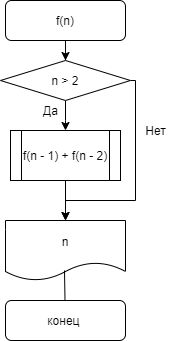
The draw.io diagram Untitled Diagram.drawio.png in xcmdx/zxc, before a commit. Source tidied: cells renumbered, new cells last; positions are measured from the earlier drawing's top-left corner, leaving out a move shared by most shapes.
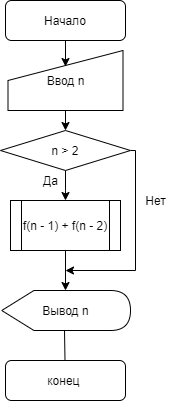
The same diagram one commit later.

What changed in the source:
```diff
@@ -2,20 +2,18 @@
   <root>
     <mxCell id="0" />
     <mxCell id="1" parent="0" />
-    <mxCell id="2" style="edgeStyle=orthogonalEdgeStyle;rounded=0;jettySize=auto;html=1;" parent="1" edge="1" source="3">
-      <mxGeometry relative="1" as="geometry">
-        <mxPoint x="65" y="60" as="targetPoint" />
-      </mxGeometry>
+    <mxCell id="2" style="edgeStyle=orthogonalEdgeStyle;rounded=0;jettySize=auto;html=1;entryX=0.5;entryY=0.267;entryDx=0;entryDy=0;entryPerimeter=0;" parent="1" edge="1" source="3" target="16">
+      <mxGeometry relative="1" as="geometry" />
     </mxCell>
-    <mxCell id="3" value="f(n)" style="rounded=1;whiteSpace=wrap;html=1;" parent="1" vertex="1">
-      <mxGeometry x="5" width="120" height="40" as="geometry" />
+    <mxCell id="3" value="Начало" style="rounded=1;whiteSpace=wrap;html=1;" parent="1" vertex="1">
+      <mxGeometry x="5" y="-70" width="120" height="40" as="geometry" />
     </mxCell>
     <mxCell id="4" style="edgeStyle=orthogonalEdgeStyle;rounded=0;orthogonalLoop=1;jettySize=auto;html=1;exitX=0.5;exitY=1;exitDx=0;exitDy=0;" parent="1" edge="1" source="3" target="3">
       <mxGeometry relative="1" as="geometry" />
     </mxCell>
     <mxCell id="5" style="edgeStyle=orthogonalEdgeStyle;rounded=0;jettySize=auto;html=1;exitX=1;exitY=0.5;exitDx=0;exitDy=0;" parent="1" edge="1" source="7">
       <mxGeometry relative="1" as="geometry">
-        <mxPoint x="65" y="220" as="targetPoint" />
+        <mxPoint x="65" y="200" as="targetPoint" />
         <Array as="points">
           <mxPoint x="135" y="80" />
           <mxPoint x="135" y="200" />
@@ -49,20 +47,26 @@
     <mxCell id="11" value="f(n - 1) + f(n - 2)" style="shape=process;whiteSpace=wrap;html=1;backgroundOutline=1;" parent="1" vertex="1">
       <mxGeometry x="10" y="130" width="110" height="50" as="geometry" />
     </mxCell>
-    <mxCell id="12" value="n" style="shape=document;whiteSpace=wrap;html=1;boundedLbl=1;" parent="1" vertex="1">
-      <mxGeometry x="5" y="220" width="120" height="60" as="geometry" />
-    </mxCell>
     <mxCell id="13" style="endArrow=none;html=1;" parent="1" edge="1">
       <mxGeometry relative="1" as="geometry">
-        <mxPoint x="64.5" y="300" as="sourcePoint" />
-        <mxPoint x="64" y="270" as="targetPoint" />
+        <mxPoint x="64.5" y="290" as="sourcePoint" />
+        <mxPoint x="64" y="260" as="targetPoint" />
         <Array as="points">
-          <mxPoint x="64.5" y="300" />
+          <mxPoint x="64.5" y="290" />
         </Array>
       </mxGeometry>
     </mxCell>
     <mxCell id="14" value="конец&amp;nbsp;" style="rounded=1;whiteSpace=wrap;html=1;" parent="1" vertex="1">
-      <mxGeometry x="5" y="300" width="120" height="40" as="geometry" />
+      <mxGeometry x="5" y="290" width="120" height="40" as="geometry" />
     </mxCell>
+    <mxCell id="15" style="edgeStyle=orthogonalEdgeStyle;rounded=0;jettySize=auto;html=1;exitX=0.5;exitY=1;exitDx=0;exitDy=0;entryX=0.5;entryY=0;entryDx=0;entryDy=0;" parent="1" edge="1" source="16" target="7">
+      <mxGeometry relative="1" as="geometry" />
+    </mxCell>
+    <mxCell id="16" value="Ввод n" style="shape=manualInput;whiteSpace=wrap;html=1;" parent="1" vertex="1">
+      <mxGeometry x="7.5" y="-20" width="115" height="60" as="geometry" />
+    </mxCell>
+    <mxCell id="17" value="Вывод n" style="shape=display;whiteSpace=wrap;html=1;" parent="1" vertex="1">
+      <mxGeometry x="1.2" y="220" width="128.8" height="40" as="geometry" />
+    </mxCell>
   </root>
 </mxGraphModel>
```
